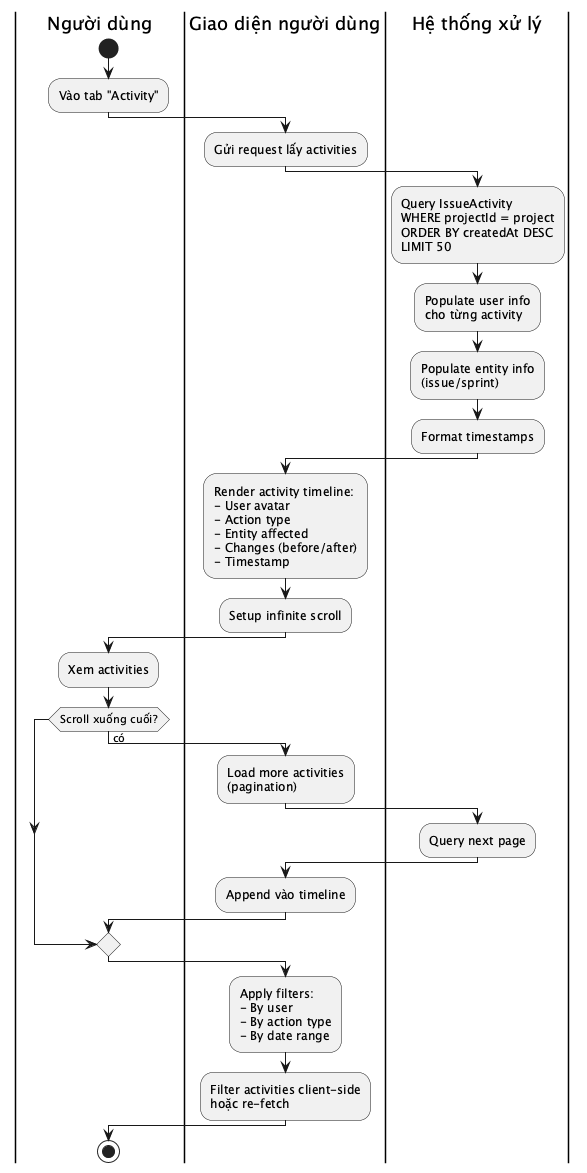
Before: reports/dat-examples/report/images/act_view_activity.png, a diagram exported from PlantUML (toantran292/datn).
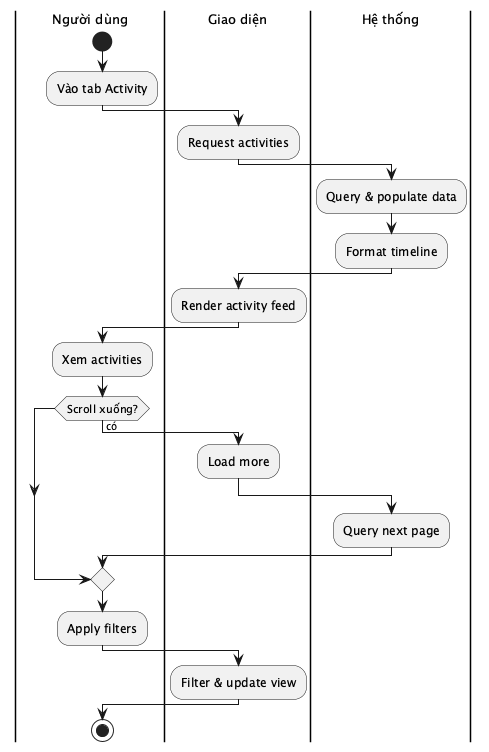
After the commit.

Change to the diagram source:
```diff
@@ -1,45 +1,40 @@
 @startuml act_view_activity
+skinparam defaultFontSize 13
+skinparam activityFontSize 12
+skinparam activityDiamondFontSize 11
+skinparam activityArrowFontSize 10
+skinparam partitionFontSize 13
+
 |Người dùng|
 start
-:Vào tab "Activity";
-|Giao diện người dùng|
-:Gửi request lấy activities;
-|Hệ thống xử lý|
-:Query IssueActivity
-WHERE projectId = project
-ORDER BY createdAt DESC
-LIMIT 50;
-:Populate user info
-cho từng activity;
-:Populate entity info
-(issue/sprint);
-:Format timestamps;
-|Giao diện người dùng|
-:Render activity timeline:
-- User avatar
-- Action type
-- Entity affected
-- Changes (before/after)
-- Timestamp;
-:Setup infinite scroll;
+:Vào tab Activity;
+
+|Giao diện|
+:Request activities;
+
+|Hệ thống|
+:Query & populate data;
+:Format timeline;
+
+|Giao diện|
+:Render activity feed;
+
 |Người dùng|
 :Xem activities;
-if (Scroll xuống cuối?) then (có)
-  |Giao diện người dùng|
-  :Load more activities
-  (pagination);
-  |Hệ thống xử lý|
+
+if (Scroll xuống?) then (có)
+  |Giao diện|
+  :Load more;
+  |Hệ thống|
   :Query next page;
-  |Giao diện người dùng|
-  :Append vào timeline;
 endif
-:Apply filters:
-- By user
-- By action type
-- By date range;
-|Giao diện người dùng|
-:Filter activities client-side
-hoặc re-fetch;
+
+|Người dùng|
+:Apply filters;
+
+|Giao diện|
+:Filter & update view;
+
 |Người dùng|
 stop
 @enduml
```
